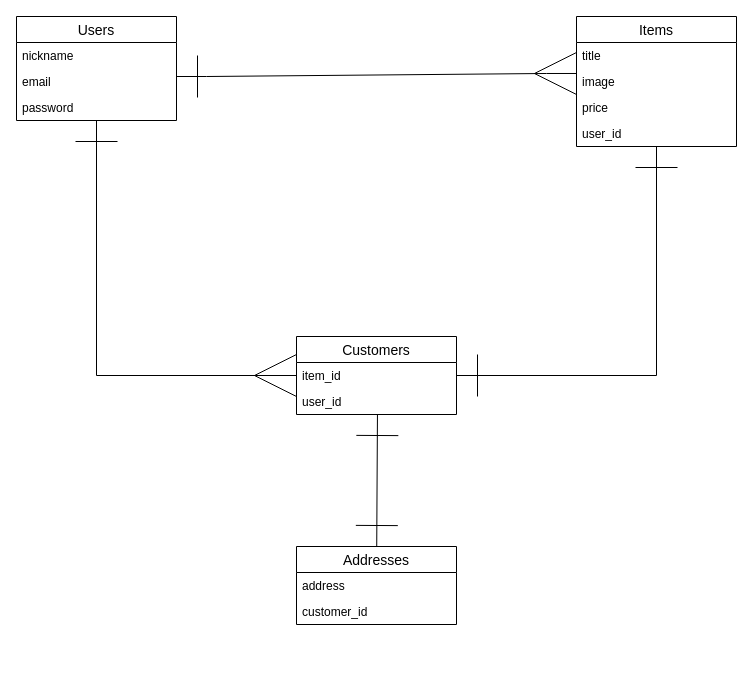
This is config/ERD.drawio from phyirome/furima-29228, a draw.io file, before an edit. Source tidied: cells renumbered, new cells numbered last; positions are measured from the earlier drawing's top-left corner, leaving out a move shared by most shapes. Both pictures are drawn from the tidied source at 100%, with x=0, y=0 at pixel (16, 16).
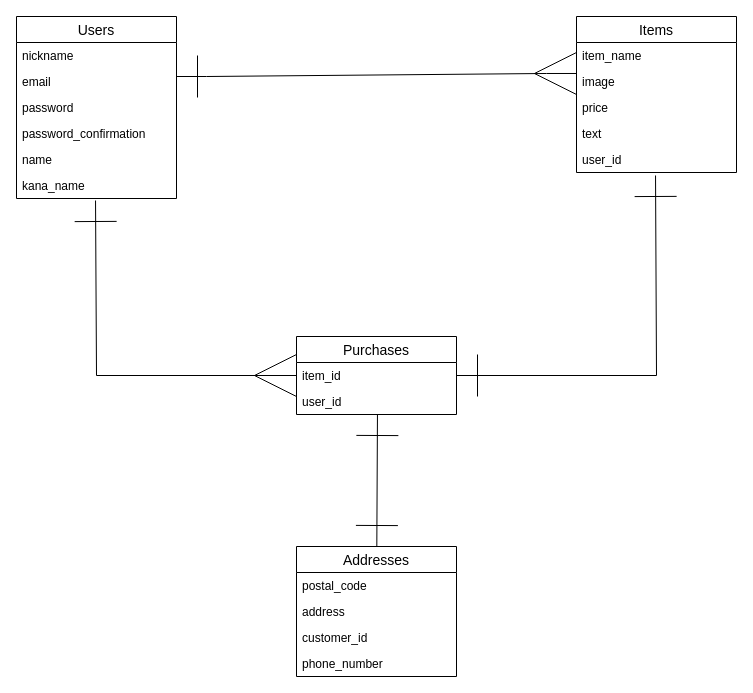
Above is the later version.

Commit message (it also covers changes not shown here):
ER図とreadmeの修正2

Unchanged cells that the change refers to:
```xml
<mxCell id="5" value="password" style="text;strokeColor=none;fillColor=none;spacingLeft=4;spacingRight=4;overflow=hidden;points=[[0,0.5],[1,0.5]];portConstraint=eastwest;fontSize=12;" parent="2" vertex="1">
  <mxGeometry y="78" width="160" height="26" as="geometry" />
</mxCell>
```

The edit, as a diff of the source:
```diff
@@
     <mxCell id="2" value="Users" style="swimlane;fontStyle=0;horizontal=1;startSize=26;align=center;fontSize=14;" parent="1" vertex="1">
-      <mxGeometry width="160" height="104" as="geometry" />
+      <mxGeometry width="160" height="182" as="geometry" />
     </mxCell>
@@
+    <mxCell id="21" value="password_confirmation" style="text;strokeColor=none;fillColor=none;spacingLeft=4;spacingRight=4;overflow=hidden;fontSize=12;" parent="2" vertex="1">
+      <mxGeometry y="104" width="160" height="26" as="geometry" />
+    </mxCell>
+    <mxCell id="22" value="name" style="text;strokeColor=none;fillColor=none;spacingLeft=4;spacingRight=4;overflow=hidden;fontSize=12;" parent="2" vertex="1">
+      <mxGeometry y="130" width="160" height="26" as="geometry" />
+    </mxCell>
+    <mxCell id="23" value="kana_name" style="text;strokeColor=none;fillColor=none;spacingLeft=4;spacingRight=4;overflow=hidden;points=[[0,0.5],[1,0.5]];portConstraint=eastwest;fontSize=12;" parent="2" vertex="1">
+      <mxGeometry y="156" width="160" height="26" as="geometry" />
+    </mxCell>
     <mxCell id="6" value="Items" style="swimlane;fontStyle=0;horizontal=1;startSize=26;align=center;fontSize=14;" parent="1" vertex="1">
-      <mxGeometry x="560" width="160" height="130" as="geometry" />
+      <mxGeometry x="560" width="160" height="156" as="geometry" />
     </mxCell>
-    <mxCell id="7" value="title" style="text;strokeColor=none;fillColor=none;spacingLeft=4;spacingRight=4;overflow=hidden;fontSize=12;" parent="6" vertex="1">
+    <mxCell id="7" value="item_name" style="text;strokeColor=none;fillColor=none;spacingLeft=4;spacingRight=4;overflow=hidden;fontSize=12;" parent="6" vertex="1">
       <mxGeometry y="26" width="160" height="26" as="geometry" />
     </mxCell>
@@
+    <mxCell id="24" value="text" style="text;strokeColor=none;fillColor=none;spacingLeft=4;spacingRight=4;overflow=hidden;fontSize=12;" parent="6" vertex="1">
+      <mxGeometry y="104" width="160" height="26" as="geometry" />
+    </mxCell>
     <mxCell id="10" value="user_id" style="text;strokeColor=none;fillColor=none;spacingLeft=4;spacingRight=4;overflow=hidden;points=[[0,0.5],[1,0.5]];portConstraint=eastwest;fontSize=12;" parent="6" vertex="1">
-      <mxGeometry y="104" width="160" height="26" as="geometry" />
+      <mxGeometry y="130" width="160" height="26" as="geometry" />
     </mxCell>
@@
-    <mxCell id="12" style="edgeStyle=none;rounded=0;jettySize=auto;html=1;entryX=1;entryY=0.5;entryDx=0;entryDy=0;endArrow=ERone;endFill=0;endSize=40;startArrow=ERone;startFill=0;startSize=40;" parent="1" edge="1" source="10">
+    <mxCell id="12" style="edgeStyle=none;rounded=0;jettySize=auto;html=1;entryX=1;entryY=0.5;entryDx=0;entryDy=0;endArrow=ERone;endFill=0;endSize=40;startArrow=ERone;startFill=0;startSize=40;exitX=0.494;exitY=1.115;exitDx=0;exitDy=0;exitPerimeter=0;" parent="1" edge="1" source="10">
       <mxGeometry relative="1" as="geometry">
         <mxPoint x="440" y="359" as="targetPoint" />
         <Array as="points">
           <mxPoint x="640" y="359" />
         </Array>
       </mxGeometry>
     </mxCell>
-    <mxCell id="13" style="edgeStyle=none;rounded=0;jettySize=auto;html=1;exitX=0;exitY=0.5;exitDx=0;exitDy=0;endArrow=ERone;endFill=0;endSize=40;startSize=40;startArrow=ERmany;startFill=0;" parent="1" edge="1" target="5">
+    <mxCell id="13" style="edgeStyle=none;rounded=0;jettySize=auto;html=1;exitX=0;exitY=0.5;exitDx=0;exitDy=0;endArrow=ERone;endFill=0;endSize=40;startSize=40;startArrow=ERmany;startFill=0;entryX=0.494;entryY=1.077;entryDx=0;entryDy=0;entryPerimeter=0;" parent="1" edge="1" target="23">
       <mxGeometry relative="1" as="geometry">
         <mxPoint x="280" y="359" as="sourcePoint" />
         <Array as="points">
           <mxPoint x="80" y="359" />
         </Array>
       </mxGeometry>
     </mxCell>
@@
     <mxCell id="15" value="Addresses" style="swimlane;fontStyle=0;horizontal=1;startSize=26;align=center;fontSize=14;" parent="1" vertex="1">
-      <mxGeometry x="280" y="530" width="160" height="78" as="geometry" />
+      <mxGeometry x="280" y="530" width="160" height="130" as="geometry" />
     </mxCell>
+    <mxCell id="25" value="postal_code" style="text;strokeColor=none;fillColor=none;spacingLeft=4;spacingRight=4;overflow=hidden;fontSize=12;" parent="15" vertex="1">
+      <mxGeometry y="26" width="160" height="26" as="geometry" />
+    </mxCell>
     <mxCell id="16" value="address" style="text;strokeColor=none;fillColor=none;spacingLeft=4;spacingRight=4;overflow=hidden;fontSize=12;" parent="15" vertex="1">
-      <mxGeometry y="26" width="160" height="26" as="geometry" />
+      <mxGeometry y="52" width="160" height="26" as="geometry" />
     </mxCell>
     <mxCell id="17" value="customer_id" style="text;strokeColor=none;fillColor=none;spacingLeft=4;spacingRight=4;overflow=hidden;fontSize=12;" parent="15" vertex="1">
-      <mxGeometry y="52" width="160" height="26" as="geometry" />
+      <mxGeometry y="78" width="160" height="26" as="geometry" />
     </mxCell>
+    <mxCell id="26" value="phone_number" style="text;strokeColor=none;fillColor=none;spacingLeft=4;spacingRight=4;overflow=hidden;fontSize=12;" parent="15" vertex="1">
+      <mxGeometry y="104" width="160" height="26" as="geometry" />
+    </mxCell>
-    <mxCell id="18" value="Customers" style="swimlane;fontStyle=0;horizontal=1;startSize=26;align=center;fontSize=14;" parent="1" vertex="1">
+    <mxCell id="18" value="Purchases" style="swimlane;fontStyle=0;horizontal=1;startSize=26;align=center;fontSize=14;" parent="1" vertex="1">
       <mxGeometry x="280" y="320" width="160" height="78" as="geometry" />
     </mxCell>
```
